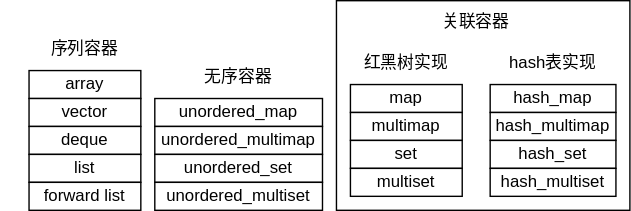
Before: source/image/容器/容器分类.svg, a diagram exported from draw.io (CcooLcyy/CcooLcyy.github.io). Source tidied: cells renumbered, new cells last; positions are measured from the earlier drawing's top-left corner, leaving out a move shared by most shapes. Its diagram source:
```xml
<mxGraphModel>
  <root>
    <mxCell id="0" />
    <mxCell id="1" parent="0" />
    <mxCell id="2" style="rounded=0;whiteSpace=wrap;html=1;" parent="1" vertex="1">
      <mxGeometry x="240" width="210" height="150" as="geometry" />
    </mxCell>
    <mxCell id="3" value="array" style="rounded=0;whiteSpace=wrap;html=1;" parent="1" vertex="1">
      <mxGeometry x="20" y="50" width="80" height="20" as="geometry" />
    </mxCell>
    <mxCell id="4" value="序列容器" style="text;html=1;align=center;verticalAlign=middle;whiteSpace=wrap;rounded=0;" parent="1" vertex="1">
      <mxGeometry y="20" width="120" height="30" as="geometry" />
    </mxCell>
    <mxCell id="5" value="vector" style="rounded=0;whiteSpace=wrap;html=1;" parent="1" vertex="1">
      <mxGeometry x="20" y="70" width="80" height="20" as="geometry" />
    </mxCell>
    <mxCell id="6" value="deque" style="rounded=0;whiteSpace=wrap;html=1;" parent="1" vertex="1">
      <mxGeometry x="20" y="90" width="80" height="20" as="geometry" />
    </mxCell>
    <mxCell id="7" value="list" style="rounded=0;whiteSpace=wrap;html=1;" parent="1" vertex="1">
      <mxGeometry x="20" y="110" width="80" height="20" as="geometry" />
    </mxCell>
    <mxCell id="8" value="forward list" style="rounded=0;whiteSpace=wrap;html=1;" parent="1" vertex="1">
      <mxGeometry x="20" y="130" width="80" height="20" as="geometry" />
    </mxCell>
    <mxCell id="9" value="无序容器" style="text;html=1;align=center;verticalAlign=middle;whiteSpace=wrap;rounded=0;" parent="1" vertex="1">
      <mxGeometry x="110" y="40" width="120" height="30" as="geometry" />
    </mxCell>
    <mxCell id="10" value="unordered_map" style="rounded=0;whiteSpace=wrap;html=1;" parent="1" vertex="1">
      <mxGeometry x="110" y="70" width="120" height="20" as="geometry" />
    </mxCell>
    <mxCell id="11" value="unordered_multimap" style="rounded=0;whiteSpace=wrap;html=1;" parent="1" vertex="1">
      <mxGeometry x="110" y="90" width="120" height="20" as="geometry" />
    </mxCell>
    <mxCell id="12" value="unordered_set" style="rounded=0;whiteSpace=wrap;html=1;" parent="1" vertex="1">
      <mxGeometry x="110" y="110" width="120" height="20" as="geometry" />
    </mxCell>
    <mxCell id="13" value="unordered_multiset" style="rounded=0;whiteSpace=wrap;html=1;" parent="1" vertex="1">
      <mxGeometry x="110" y="130" width="120" height="20" as="geometry" />
    </mxCell>
    <mxCell id="14" value="关联容器" style="text;html=1;align=center;verticalAlign=middle;whiteSpace=wrap;rounded=0;" parent="1" vertex="1">
      <mxGeometry x="280" width="120" height="30" as="geometry" />
    </mxCell>
    <mxCell id="15" value="map" style="rounded=0;whiteSpace=wrap;html=1;" parent="1" vertex="1">
      <mxGeometry x="250" y="60" width="80" height="20" as="geometry" />
    </mxCell>
    <mxCell id="16" value="multimap" style="rounded=0;whiteSpace=wrap;html=1;" parent="1" vertex="1">
      <mxGeometry x="250" y="80" width="80" height="20" as="geometry" />
    </mxCell>
    <mxCell id="17" value="set" style="rounded=0;whiteSpace=wrap;html=1;" parent="1" vertex="1">
      <mxGeometry x="250" y="100" width="80" height="20" as="geometry" />
    </mxCell>
    <mxCell id="18" value="multiset" style="rounded=0;whiteSpace=wrap;html=1;" parent="1" vertex="1">
      <mxGeometry x="250" y="120" width="80" height="20" as="geometry" />
    </mxCell>
    <mxCell id="19" value="hash_map" style="rounded=0;whiteSpace=wrap;html=1;" parent="1" vertex="1">
      <mxGeometry x="350" y="60" width="90" height="20" as="geometry" />
    </mxCell>
    <mxCell id="20" value="hash_multimap" style="rounded=0;whiteSpace=wrap;html=1;" parent="1" vertex="1">
      <mxGeometry x="350" y="80" width="90" height="20" as="geometry" />
    </mxCell>
    <mxCell id="21" value="hash_set" style="rounded=0;whiteSpace=wrap;html=1;" parent="1" vertex="1">
      <mxGeometry x="350" y="100" width="90" height="20" as="geometry" />
    </mxCell>
    <mxCell id="22" value="hash_multiset" style="rounded=0;whiteSpace=wrap;html=1;" parent="1" vertex="1">
      <mxGeometry x="350" y="120" width="90" height="20" as="geometry" />
    </mxCell>
    <mxCell id="23" value="红黑树实现" style="text;html=1;align=center;verticalAlign=middle;whiteSpace=wrap;rounded=0;" parent="1" vertex="1">
      <mxGeometry x="255" y="30" width="70" height="30" as="geometry" />
    </mxCell>
    <mxCell id="24" value="hash表实现" style="text;html=1;align=center;verticalAlign=middle;whiteSpace=wrap;rounded=0;" parent="1" vertex="1">
      <mxGeometry x="360" y="30" width="70" height="30" as="geometry" />
    </mxCell>
  </root>
</mxGraphModel>
```
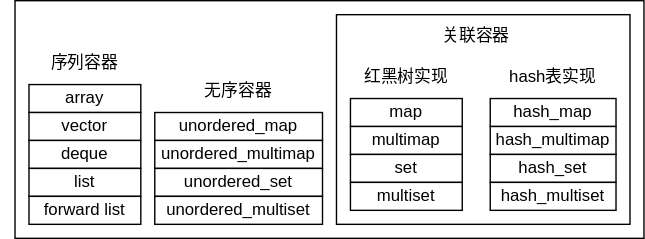
The same file after the commit.

Commit message:
为容器分类svg添加背景

Change to the diagram source:
```diff
@@ -2,6 +2,9 @@
   <root>
     <mxCell id="0" />
     <mxCell id="1" parent="0" />
+    <mxCell id="25" style="rounded=0;whiteSpace=wrap;html=1;" parent="1" vertex="1">
+      <mxGeometry x="10" y="-10" width="450" height="170" as="geometry" />
+    </mxCell>
     <mxCell id="2" style="rounded=0;whiteSpace=wrap;html=1;" parent="1" vertex="1">
       <mxGeometry x="240" width="210" height="150" as="geometry" />
     </mxCell>
```
